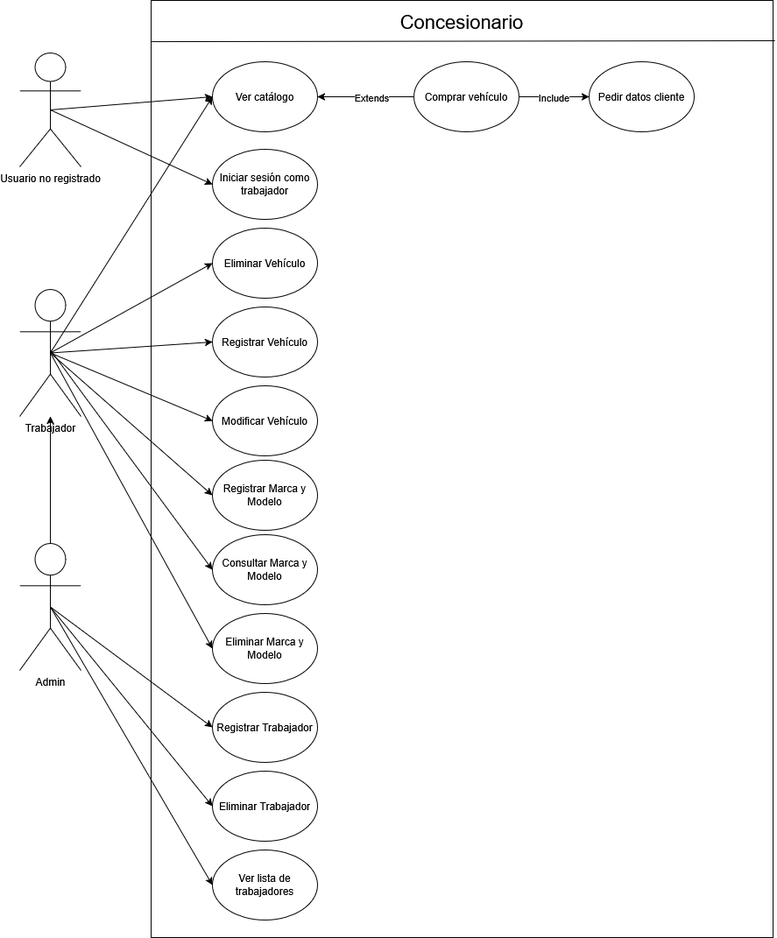
This is documentacion/diagramas/casos_uso.drawio.png from lunastrod/proyectoIntegradorConcesionario, a draw.io export, as it was before one commit. Source tidied: cells renumbered, new cells last; positions are measured from the earlier drawing's top-left corner, leaving out a move shared by most shapes.
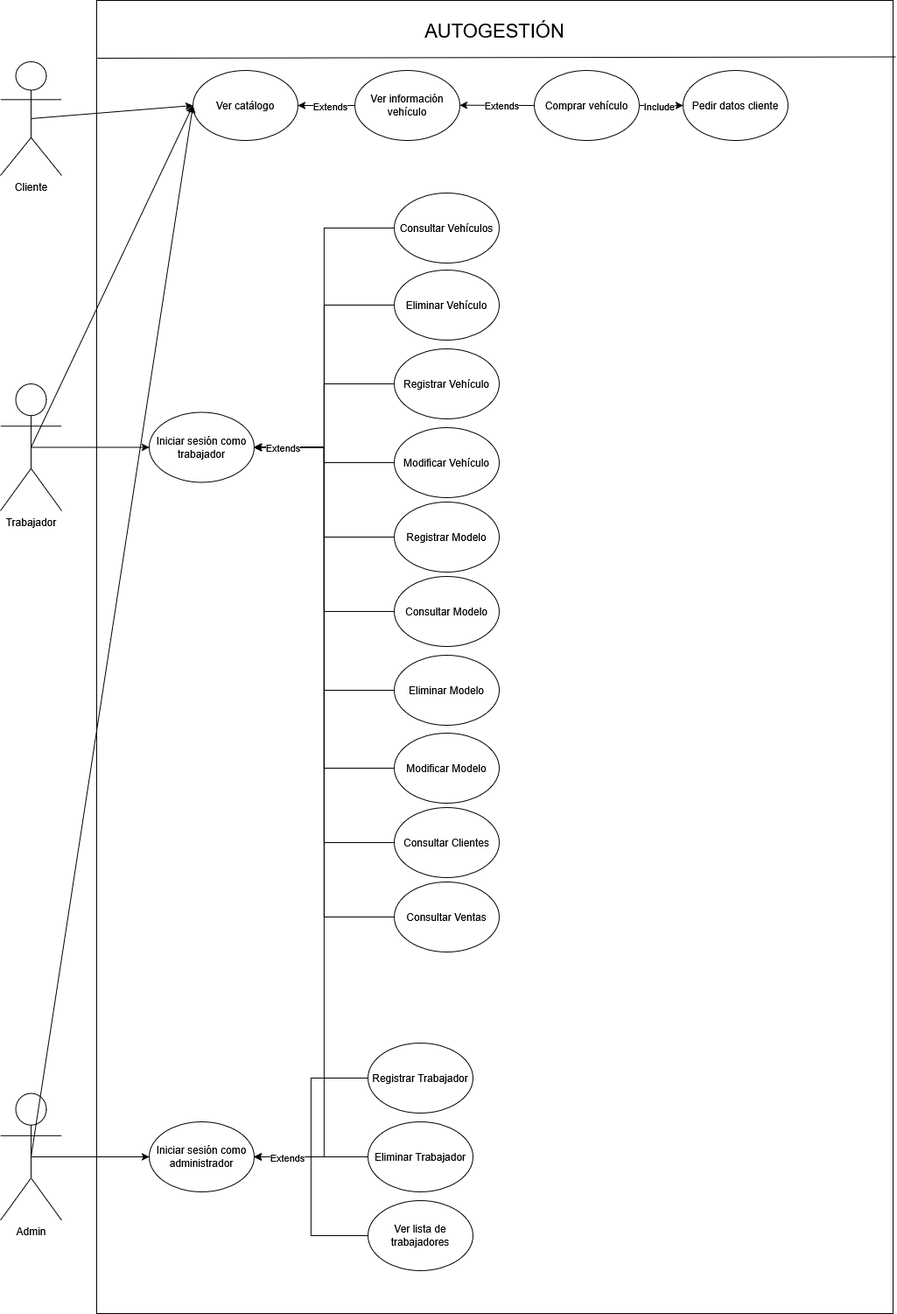
The same diagram one commit later.

Change to the diagram source:
```diff
@@ -2,79 +2,90 @@
   <root>
     <mxCell id="0" />
     <mxCell id="1" parent="0" />
-    <mxCell id="2" value="Usuario no registrado" style="shape=umlActor;verticalLabelPosition=bottom;verticalAlign=top;html=1;outlineConnect=0;" parent="1" vertex="1">
+    <mxCell id="2" value="&lt;div&gt;Cliente&lt;/div&gt;" style="shape=umlActor;verticalLabelPosition=bottom;verticalAlign=top;html=1;outlineConnect=0;" parent="1" vertex="1">
       <mxGeometry y="60" width="70" height="130" as="geometry" />
     </mxCell>
+    <mxCell id="38" style="edgeStyle=orthogonalEdgeStyle;rounded=0;jettySize=auto;html=1;exitX=0.5;exitY=0.5;exitDx=0;exitDy=0;exitPerimeter=0;" parent="1" edge="1" source="3" target="28">
+      <mxGeometry relative="1" as="geometry" />
+    </mxCell>
     <mxCell id="3" value="Trabajador" style="shape=umlActor;verticalLabelPosition=bottom;verticalAlign=top;html=1;outlineConnect=0;" parent="1" vertex="1">
-      <mxGeometry y="330" width="70" height="145" as="geometry" />
+      <mxGeometry y="428" width="70" height="145" as="geometry" />
     </mxCell>
     <mxCell id="4" style="whiteSpace=wrap;html=1;fillColor=none;" parent="1" vertex="1">
-      <mxGeometry x="150" width="710" height="1070" as="geometry" />
+      <mxGeometry x="110" y="-10" width="910" height="1500" as="geometry" />
     </mxCell>
     <mxCell id="5" value="Ver catálogo" style="ellipse;whiteSpace=wrap;html=1;" parent="1" vertex="1">
       <mxGeometry x="220" y="70" width="120" height="80" as="geometry" />
     </mxCell>
     <mxCell id="6" value="Comprar vehículo" style="ellipse;whiteSpace=wrap;html=1;" parent="1" vertex="1">
-      <mxGeometry x="450" y="70" width="120" height="80" as="geometry" />
+      <mxGeometry x="610" y="70" width="120" height="80" as="geometry" />
     </mxCell>
+    <mxCell id="39" style="edgeStyle=orthogonalEdgeStyle;rounded=0;jettySize=auto;html=1;exitX=0;exitY=0.5;exitDx=0;exitDy=0;" parent="1" edge="1" source="7" target="28">
+      <mxGeometry relative="1" as="geometry" />
+    </mxCell>
     <mxCell id="7" value="Modificar Vehículo" style="ellipse;whiteSpace=wrap;html=1;" parent="1" vertex="1">
-      <mxGeometry x="220" y="440" width="120" height="80" as="geometry" />
+      <mxGeometry x="450" y="478" width="120" height="80" as="geometry" />
     </mxCell>
     <mxCell id="8" style="rounded=0;jettySize=auto;html=1;entryX=0;entryY=0.5;entryDx=0;entryDy=0;exitX=0.5;exitY=0.5;exitDx=0;exitDy=0;exitPerimeter=0;" parent="1" edge="1" source="2" target="5">
       <mxGeometry relative="1" as="geometry" />
     </mxCell>
-    <mxCell id="9" style="rounded=0;jettySize=auto;html=1;entryX=0;entryY=0.5;entryDx=0;entryDy=0;exitX=0.5;exitY=0.5;exitDx=0;exitDy=0;exitPerimeter=0;" parent="1" edge="1" source="3" target="7">
-      <mxGeometry relative="1" as="geometry" />
-    </mxCell>
+    <mxCell id="40" style="edgeStyle=orthogonalEdgeStyle;rounded=0;jettySize=auto;html=1;exitX=0;exitY=0.5;exitDx=0;exitDy=0;entryX=1;entryY=0.5;entryDx=0;entryDy=0;" parent="1" edge="1" source="10" target="51">
+      <mxGeometry relative="1" as="geometry" />
+    </mxCell>
     <mxCell id="10" value="Registrar Trabajador" style="ellipse;whiteSpace=wrap;html=1;" parent="1" vertex="1">
-      <mxGeometry x="220" y="790" width="120" height="80" as="geometry" />
+      <mxGeometry x="420" y="1181" width="120" height="80" as="geometry" />
     </mxCell>
-    <mxCell id="11" style="rounded=0;jettySize=auto;html=1;entryX=0;entryY=0.5;entryDx=0;entryDy=0;exitX=0.5;exitY=0.5;exitDx=0;exitDy=0;exitPerimeter=0;" parent="1" edge="1" source="34" target="10">
-      <mxGeometry relative="1" as="geometry" />
-    </mxCell>
+    <mxCell id="41" style="edgeStyle=orthogonalEdgeStyle;rounded=0;jettySize=auto;html=1;exitX=0;exitY=0.5;exitDx=0;exitDy=0;entryX=1;entryY=0.5;entryDx=0;entryDy=0;" parent="1" edge="1" source="12" target="28">
+      <mxGeometry relative="1" as="geometry" />
+    </mxCell>
     <mxCell id="12" value="Registrar Vehículo" style="ellipse;whiteSpace=wrap;html=1;" parent="1" vertex="1">
-      <mxGeometry x="220" y="350" width="120" height="80" as="geometry" />
+      <mxGeometry x="450" y="388" width="120" height="80" as="geometry" />
     </mxCell>
-    <mxCell id="13" style="rounded=0;jettySize=auto;html=1;entryX=0;entryY=0.5;entryDx=0;entryDy=0;exitX=0.5;exitY=0.5;exitDx=0;exitDy=0;exitPerimeter=0;" parent="1" edge="1" source="3" target="12">
-      <mxGeometry relative="1" as="geometry" />
-    </mxCell>
+    <mxCell id="42" style="edgeStyle=orthogonalEdgeStyle;rounded=0;jettySize=auto;html=1;exitX=0;exitY=0.5;exitDx=0;exitDy=0;entryX=1;entryY=0.5;entryDx=0;entryDy=0;" parent="1" edge="1" source="14" target="28">
+      <mxGeometry relative="1" as="geometry" />
+    </mxCell>
     <mxCell id="14" value="Eliminar Vehículo" style="ellipse;whiteSpace=wrap;html=1;" parent="1" vertex="1">
-      <mxGeometry x="220" y="260" width="120" height="80" as="geometry" />
+      <mxGeometry x="450" y="298" width="120" height="80" as="geometry" />
     </mxCell>
-    <mxCell id="15" style="rounded=0;jettySize=auto;html=1;entryX=0;entryY=0.5;entryDx=0;entryDy=0;exitX=0.5;exitY=0.5;exitDx=0;exitDy=0;exitPerimeter=0;" parent="1" edge="1" source="3" target="14">
-      <mxGeometry relative="1" as="geometry" />
-    </mxCell>
+    <mxCell id="43" style="edgeStyle=orthogonalEdgeStyle;rounded=0;jettySize=auto;html=1;exitX=0;exitY=0.5;exitDx=0;exitDy=0;entryX=1;entryY=0.5;entryDx=0;entryDy=0;" parent="1" edge="1" source="16" target="51">
+      <mxGeometry relative="1" as="geometry" />
+    </mxCell>
     <mxCell id="16" value="Eliminar Trabajador" style="ellipse;whiteSpace=wrap;html=1;" parent="1" vertex="1">
-      <mxGeometry x="220" y="880" width="120" height="80" as="geometry" />
+      <mxGeometry x="420" y="1271" width="120" height="80" as="geometry" />
     </mxCell>
-    <mxCell id="17" style="rounded=0;jettySize=auto;html=1;entryX=0;entryY=0.5;entryDx=0;entryDy=0;exitX=0.5;exitY=0.5;exitDx=0;exitDy=0;exitPerimeter=0;" parent="1" edge="1" source="34" target="16">
-      <mxGeometry relative="1" as="geometry" />
-    </mxCell>
+    <mxCell id="44" style="edgeStyle=orthogonalEdgeStyle;rounded=0;jettySize=auto;html=1;exitX=0;exitY=0.5;exitDx=0;exitDy=0;entryX=1;entryY=0.5;entryDx=0;entryDy=0;" parent="1" edge="1" source="18" target="51">
+      <mxGeometry relative="1" as="geometry" />
+    </mxCell>
     <mxCell id="18" value="Ver lista de trabajadores" style="ellipse;whiteSpace=wrap;html=1;" parent="1" vertex="1">
-      <mxGeometry x="220" y="970" width="120" height="80" as="geometry" />
+      <mxGeometry x="420" y="1361" width="120" height="80" as="geometry" />
     </mxCell>
-    <mxCell id="19" style="rounded=0;jettySize=auto;html=1;entryX=0;entryY=0.5;entryDx=0;entryDy=0;exitX=0.5;exitY=0.5;exitDx=0;exitDy=0;exitPerimeter=0;" parent="1" edge="1" source="34" target="18">
-      <mxGeometry relative="1" as="geometry" />
-    </mxCell>
+    <mxCell id="45" style="edgeStyle=orthogonalEdgeStyle;rounded=0;jettySize=auto;html=1;exitX=0;exitY=0.5;exitDx=0;exitDy=0;entryX=1;entryY=0.5;entryDx=0;entryDy=0;" parent="1" edge="1" source="20" target="28">
+      <mxGeometry relative="1" as="geometry" />
+    </mxCell>
-    <mxCell id="20" value="Registrar Marca y Modelo" style="ellipse;whiteSpace=wrap;html=1;" parent="1" vertex="1">
-      <mxGeometry x="220" y="525" width="120" height="80" as="geometry" />
+    <mxCell id="20" value="&lt;div&gt;Registrar Modelo&lt;/div&gt;" style="ellipse;whiteSpace=wrap;html=1;" parent="1" vertex="1">
+      <mxGeometry x="450" y="563" width="120" height="80" as="geometry" />
     </mxCell>
-    <mxCell id="21" style="rounded=0;jettySize=auto;html=1;entryX=0;entryY=0.5;entryDx=0;entryDy=0;exitX=0.5;exitY=0.5;exitDx=0;exitDy=0;exitPerimeter=0;" parent="1" edge="1" source="3" target="20">
-      <mxGeometry relative="1" as="geometry" />
-    </mxCell>
+    <mxCell id="46" style="edgeStyle=orthogonalEdgeStyle;rounded=0;jettySize=auto;html=1;exitX=0;exitY=0.5;exitDx=0;exitDy=0;entryX=1;entryY=0.5;entryDx=0;entryDy=0;" parent="1" edge="1" source="22" target="28">
+      <mxGeometry relative="1" as="geometry" />
+    </mxCell>
+    <mxCell id="47" style="edgeStyle=orthogonalEdgeStyle;rounded=0;jettySize=auto;html=1;exitX=0;exitY=0.5;exitDx=0;exitDy=0;entryX=1;entryY=0.5;entryDx=0;entryDy=0;" parent="1" edge="1" source="22" target="51">
+      <mxGeometry relative="1" as="geometry" />
+    </mxCell>
+    <mxCell id="48" value="&lt;div&gt;Extends&lt;/div&gt;" style="edgeLabel;html=1;align=center;verticalAlign=middle;" parent="47" vertex="1">
+      <mxGeometry x="0.77" relative="1" as="geometry">
+        <mxPoint x="-43" as="offset" />
+      </mxGeometry>
+    </mxCell>
-    <mxCell id="22" value="Eliminar Marca y Modelo" style="ellipse;whiteSpace=wrap;html=1;" parent="1" vertex="1">
-      <mxGeometry x="220" y="700" width="120" height="80" as="geometry" />
+    <mxCell id="22" value="Eliminar Modelo" style="ellipse;whiteSpace=wrap;html=1;" parent="1" vertex="1">
+      <mxGeometry x="450" y="738" width="120" height="80" as="geometry" />
     </mxCell>
-    <mxCell id="23" style="rounded=0;jettySize=auto;html=1;entryX=0;entryY=0.5;entryDx=0;entryDy=0;exitX=0.5;exitY=0.5;exitDx=0;exitDy=0;exitPerimeter=0;" parent="1" edge="1" source="3" target="22">
-      <mxGeometry relative="1" as="geometry" />
-    </mxCell>
-    <mxCell id="24" value="Concesionario" style="text;html=1;whiteSpace=wrap;strokeColor=none;fillColor=none;align=center;verticalAlign=middle;rounded=0;fontSize=22;" parent="1" vertex="1">
-      <mxGeometry x="405" y="10" width="200" height="30" as="geometry" />
+    <mxCell id="24" value="AUTOGESTIÓN" style="text;html=1;whiteSpace=wrap;strokeColor=none;fillColor=none;align=center;verticalAlign=middle;rounded=0;fontSize=22;" parent="1" vertex="1">
+      <mxGeometry x="465" y="10" width="200" height="30" as="geometry" />
     </mxCell>
     <mxCell id="25" style="endArrow=none;html=1;rounded=0;entryX=0.001;entryY=0.044;entryDx=0;entryDy=0;entryPerimeter=0;exitX=1.003;exitY=0.043;exitDx=0;exitDy=0;exitPerimeter=0;" parent="1" edge="1" source="4" target="4">
       <mxGeometry relative="1" as="geometry" />
     </mxCell>
-    <mxCell id="26" style="rounded=0;jettySize=auto;html=1;entryX=1;entryY=0.5;entryDx=0;entryDy=0;exitX=0;exitY=0.5;exitDx=0;exitDy=0;" parent="1" edge="1" source="6" target="5">
+    <mxCell id="26" style="rounded=0;jettySize=auto;html=1;entryX=1;entryY=0.5;entryDx=0;entryDy=0;exitX=0;exitY=0.5;exitDx=0;exitDy=0;" parent="1" edge="1" source="53" target="5">
       <mxGeometry relative="1" as="geometry" />
     </mxCell>
     <mxCell id="27" value="&lt;div&gt;Extends&lt;/div&gt;" style="edgeLabel;html=1;align=center;verticalAlign=middle;" parent="26" vertex="1">
@@ -83,11 +94,8 @@
       </mxGeometry>
     </mxCell>
     <mxCell id="28" value="Iniciar sesión como trabajador" style="ellipse;whiteSpace=wrap;html=1;" parent="1" vertex="1">
-      <mxGeometry x="220" y="170" width="120" height="80" as="geometry" />
+      <mxGeometry x="170" y="460.5" width="120" height="80" as="geometry" />
     </mxCell>
-    <mxCell id="29" style="rounded=0;jettySize=auto;html=1;entryX=0;entryY=0.5;entryDx=0;entryDy=0;exitX=0.5;exitY=0.5;exitDx=0;exitDy=0;exitPerimeter=0;" parent="1" edge="1" source="2" target="28">
-      <mxGeometry relative="1" as="geometry" />
-    </mxCell>
     <mxCell id="30" style="edgeStyle=orthogonalEdgeStyle;rounded=0;jettySize=auto;html=1;exitX=1;exitY=0.5;exitDx=0;exitDy=0;entryX=0;entryY=0.5;entryDx=0;entryDy=0;" parent="1" edge="1" source="6" target="32">
       <mxGeometry relative="1" as="geometry" />
     </mxCell>
@@ -97,24 +105,70 @@
       </mxGeometry>
     </mxCell>
     <mxCell id="32" value="Pedir datos cliente" style="ellipse;whiteSpace=wrap;html=1;" parent="1" vertex="1">
-      <mxGeometry x="650" y="70" width="120" height="80" as="geometry" />
+      <mxGeometry x="780" y="70" width="120" height="80" as="geometry" />
     </mxCell>
-    <mxCell id="33" style="edgeStyle=orthogonalEdgeStyle;rounded=0;jettySize=auto;html=1;exitX=0.5;exitY=0;exitDx=0;exitDy=0;exitPerimeter=0;" parent="1" edge="1" source="34" target="3">
-      <mxGeometry relative="1" as="geometry" />
-    </mxCell>
+    <mxCell id="49" style="edgeStyle=orthogonalEdgeStyle;rounded=0;jettySize=auto;html=1;exitX=0.5;exitY=0.5;exitDx=0;exitDy=0;exitPerimeter=0;" parent="1" edge="1" source="34" target="51">
+      <mxGeometry relative="1" as="geometry" />
+    </mxCell>
     <mxCell id="34" value="Admin" style="shape=umlActor;verticalLabelPosition=bottom;verticalAlign=top;html=1;outlineConnect=0;" parent="1" vertex="1">
-      <mxGeometry y="620" width="70" height="145" as="geometry" />
+      <mxGeometry y="1238.5" width="70" height="145" as="geometry" />
     </mxCell>
     <mxCell id="35" style="rounded=0;jettySize=auto;html=1;entryX=0;entryY=0.5;entryDx=0;entryDy=0;exitX=0.5;exitY=0.5;exitDx=0;exitDy=0;exitPerimeter=0;" parent="1" edge="1" source="3" target="5">
       <mxGeometry relative="1" as="geometry" />
     </mxCell>
+    <mxCell id="50" style="edgeStyle=orthogonalEdgeStyle;rounded=0;jettySize=auto;html=1;exitX=0;exitY=0.5;exitDx=0;exitDy=0;entryX=1;entryY=0.5;entryDx=0;entryDy=0;" parent="1" edge="1" source="36" target="28">
+      <mxGeometry relative="1" as="geometry" />
+    </mxCell>
-    <mxCell id="36" value="Consultar Marca y Modelo" style="ellipse;whiteSpace=wrap;html=1;" parent="1" vertex="1">
-      <mxGeometry x="220" y="610" width="120" height="80" as="geometry" />
+    <mxCell id="36" value="Consultar Modelo" style="ellipse;whiteSpace=wrap;html=1;" parent="1" vertex="1">
+      <mxGeometry x="450" y="648" width="120" height="80" as="geometry" />
     </mxCell>
-    <mxCell id="37" style="rounded=0;jettySize=auto;html=1;entryX=0;entryY=0.5;entryDx=0;entryDy=0;exitX=0.5;exitY=0.5;exitDx=0;exitDy=0;exitPerimeter=0;" parent="1" edge="1" target="36">
-      <mxGeometry relative="1" as="geometry">
-        <mxPoint x="35" y="399" as="sourcePoint" />
-      </mxGeometry>
-    </mxCell>
+    <mxCell id="51" value="Iniciar sesión como administrador" style="ellipse;whiteSpace=wrap;html=1;" parent="1" vertex="1">
+      <mxGeometry x="170" y="1271" width="120" height="80" as="geometry" />
+    </mxCell>
+    <mxCell id="52" style="rounded=0;jettySize=auto;html=1;entryX=0;entryY=0.5;entryDx=0;entryDy=0;exitX=0.5;exitY=0.5;exitDx=0;exitDy=0;exitPerimeter=0;" parent="1" edge="1" source="34" target="5">
+      <mxGeometry relative="1" as="geometry" />
+    </mxCell>
+    <mxCell id="53" value="Ver información vehículo" style="ellipse;whiteSpace=wrap;html=1;" parent="1" vertex="1">
+      <mxGeometry x="405" y="70" width="120" height="80" as="geometry" />
+    </mxCell>
+    <mxCell id="54" style="rounded=0;jettySize=auto;html=1;entryX=1;entryY=0.5;entryDx=0;entryDy=0;exitX=0;exitY=0.5;exitDx=0;exitDy=0;" parent="1" edge="1" source="6">
+      <mxGeometry relative="1" as="geometry">
+        <mxPoint x="525" y="109.7" as="targetPoint" />
+      </mxGeometry>
+    </mxCell>
+    <mxCell id="55" value="&lt;div&gt;Extends&lt;/div&gt;" style="edgeLabel;html=1;align=center;verticalAlign=middle;" parent="54" vertex="1">
+      <mxGeometry x="-0.13" y="3" relative="1" as="geometry">
+        <mxPoint y="-3" as="offset" />
+      </mxGeometry>
+    </mxCell>
+    <mxCell id="56" style="edgeStyle=orthogonalEdgeStyle;rounded=0;jettySize=auto;html=1;exitX=0;exitY=0.5;exitDx=0;exitDy=0;entryX=1;entryY=0.5;entryDx=0;entryDy=0;" parent="1" edge="1" source="57" target="28">
+      <mxGeometry relative="1" as="geometry" />
+    </mxCell>
+    <mxCell id="57" value="Consultar Clientes" style="ellipse;whiteSpace=wrap;html=1;" parent="1" vertex="1">
+      <mxGeometry x="450" y="912" width="120" height="80" as="geometry" />
+    </mxCell>
+    <mxCell id="58" style="edgeStyle=orthogonalEdgeStyle;rounded=0;jettySize=auto;html=1;exitX=0;exitY=0.5;exitDx=0;exitDy=0;entryX=1;entryY=0.5;entryDx=0;entryDy=0;" parent="1" edge="1" source="59" target="28">
+      <mxGeometry relative="1" as="geometry" />
+    </mxCell>
+    <mxCell id="59" value="Consultar Ventas" style="ellipse;whiteSpace=wrap;html=1;" parent="1" vertex="1">
+      <mxGeometry x="450" y="997" width="120" height="80" as="geometry" />
+    </mxCell>
+    <mxCell id="60" style="edgeStyle=orthogonalEdgeStyle;rounded=0;jettySize=auto;html=1;exitX=0;exitY=0.5;exitDx=0;exitDy=0;entryX=1;entryY=0.5;entryDx=0;entryDy=0;" parent="1" edge="1" source="61" target="28">
+      <mxGeometry relative="1" as="geometry" />
+    </mxCell>
+    <mxCell id="61" value="&lt;div&gt;Modificar&amp;nbsp;Modelo&lt;/div&gt;" style="ellipse;whiteSpace=wrap;html=1;" parent="1" vertex="1">
+      <mxGeometry x="450" y="827" width="120" height="80" as="geometry" />
+    </mxCell>
+    <mxCell id="62" style="edgeStyle=orthogonalEdgeStyle;rounded=0;jettySize=auto;html=1;exitX=0;exitY=0.5;exitDx=0;exitDy=0;entryX=1;entryY=0.5;entryDx=0;entryDy=0;" parent="1" edge="1" source="64" target="28">
+      <mxGeometry relative="1" as="geometry" />
+    </mxCell>
+    <mxCell id="63" value="&lt;div&gt;Extends&lt;/div&gt;" style="edgeLabel;html=1;align=center;verticalAlign=middle;" parent="62" vertex="1">
+      <mxGeometry x="0.86" relative="1" as="geometry">
+        <mxPoint x="4" as="offset" />
+      </mxGeometry>
+    </mxCell>
+    <mxCell id="64" value="Consultar Vehículos" style="ellipse;whiteSpace=wrap;html=1;" parent="1" vertex="1">
+      <mxGeometry x="450" y="210" width="120" height="80" as="geometry" />
+    </mxCell>
   </root>
 </mxGraphModel>
```
